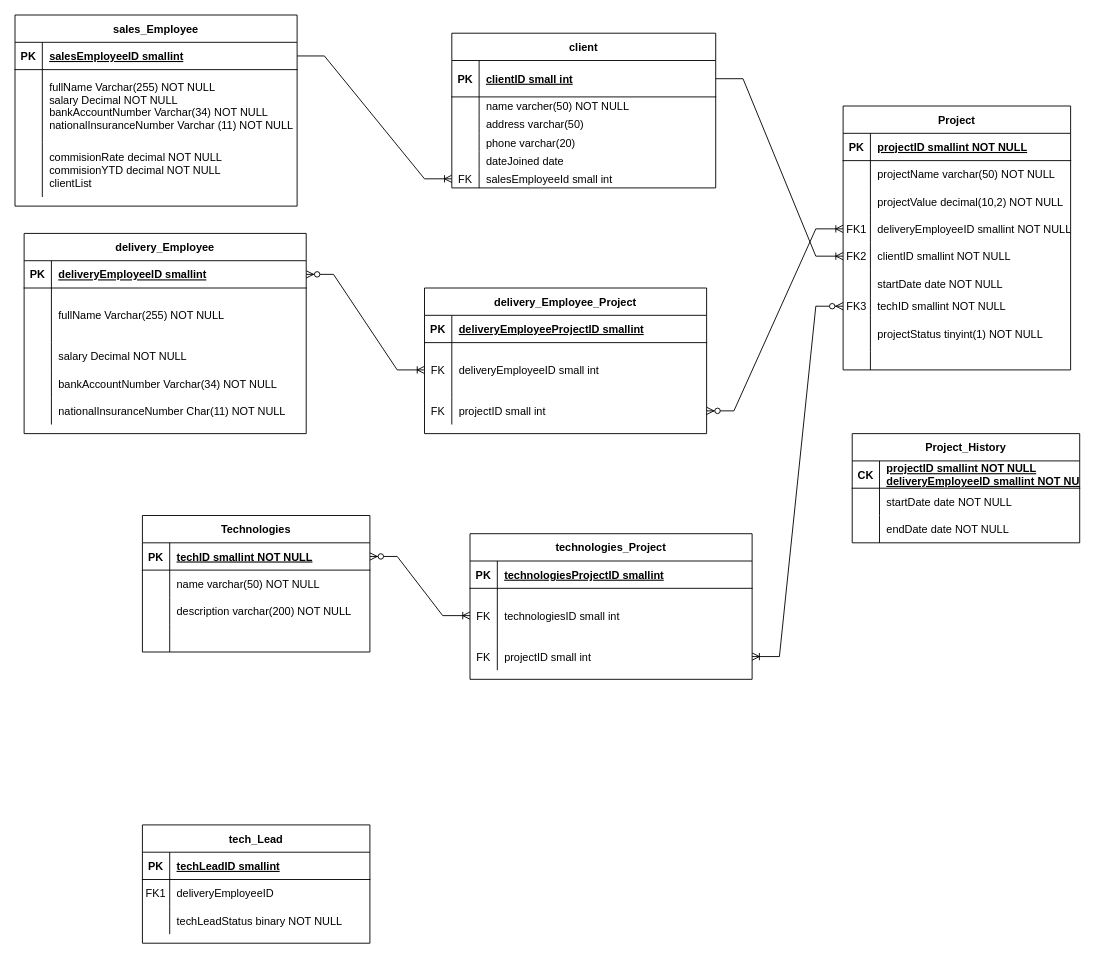
Before: Untitled Diagram.drawio in leeservice/sql_kainos_academy, a draw.io diagram. Source tidied: cells renumbered, new cells numbered last; positions are measured from the earlier drawing's top-left corner, leaving out a move shared by most shapes. Both pictures are drawn from the tidied source at 91%, with x=0, y=0 at pixel (15, 15).
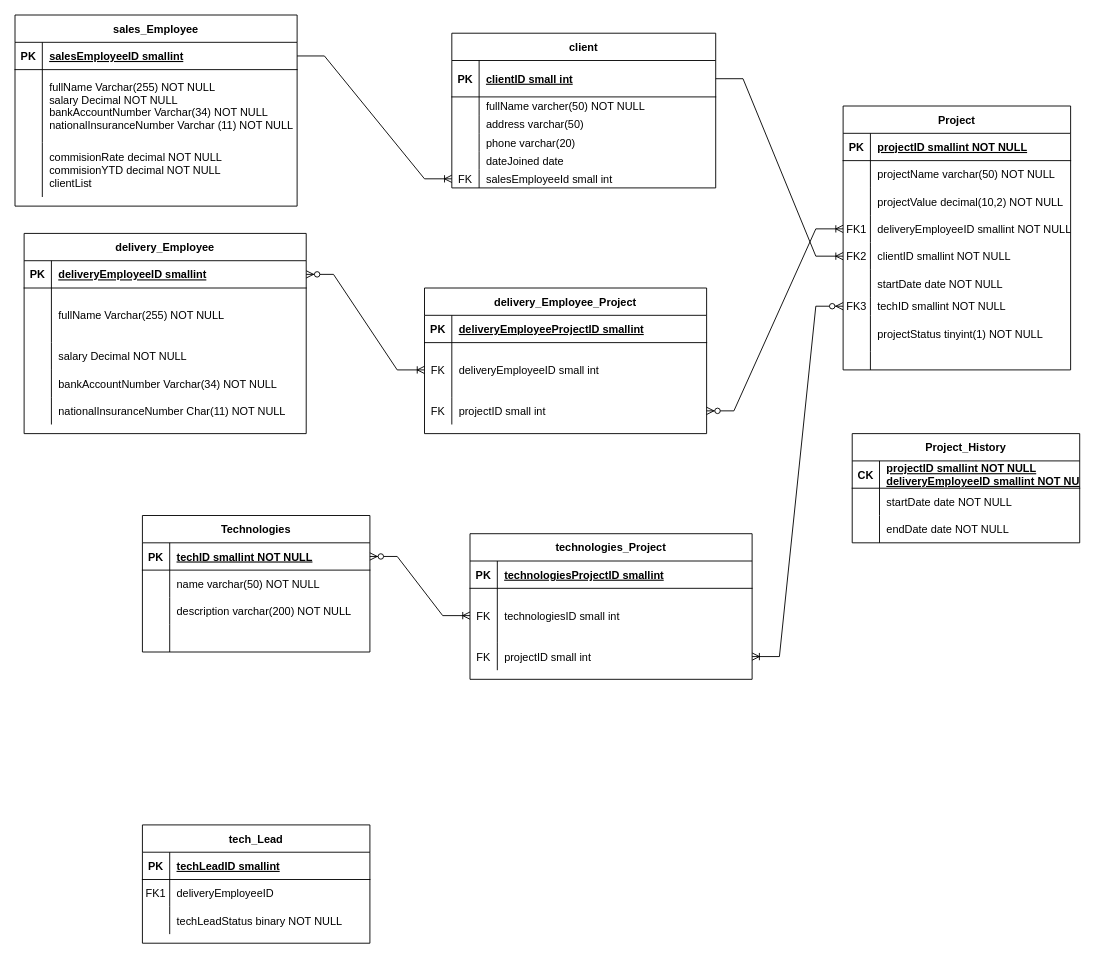
Above is the later version.

The change refers to these unchanged cells:
```xml
<mxCell id="6" style="shape=partialRectangle;fillColor=none;top=0;left=0;right=0;bottom=0;" parent="2" vertex="1">
  <mxGeometry y="70" width="290" height="20" as="geometry" />
</mxCell>
```

What changed in the source:
```diff
@@
-    <mxCell id="8" value="name varcher(50) NOT NULL" style="shape=partialRectangle;overflow=hidden;fillColor=none;top=0;left=0;bottom=0;right=0;align=left;spacingLeft=6;" parent="6" vertex="1">
+    <mxCell id="8" value="fullName varcher(50) NOT NULL" style="shape=partialRectangle;overflow=hidden;fillColor=none;top=0;left=0;bottom=0;right=0;align=left;spacingLeft=6;" parent="6" vertex="1">
       <mxGeometry x="30" width="260" height="20" as="geometry" />
     </mxCell>
```
